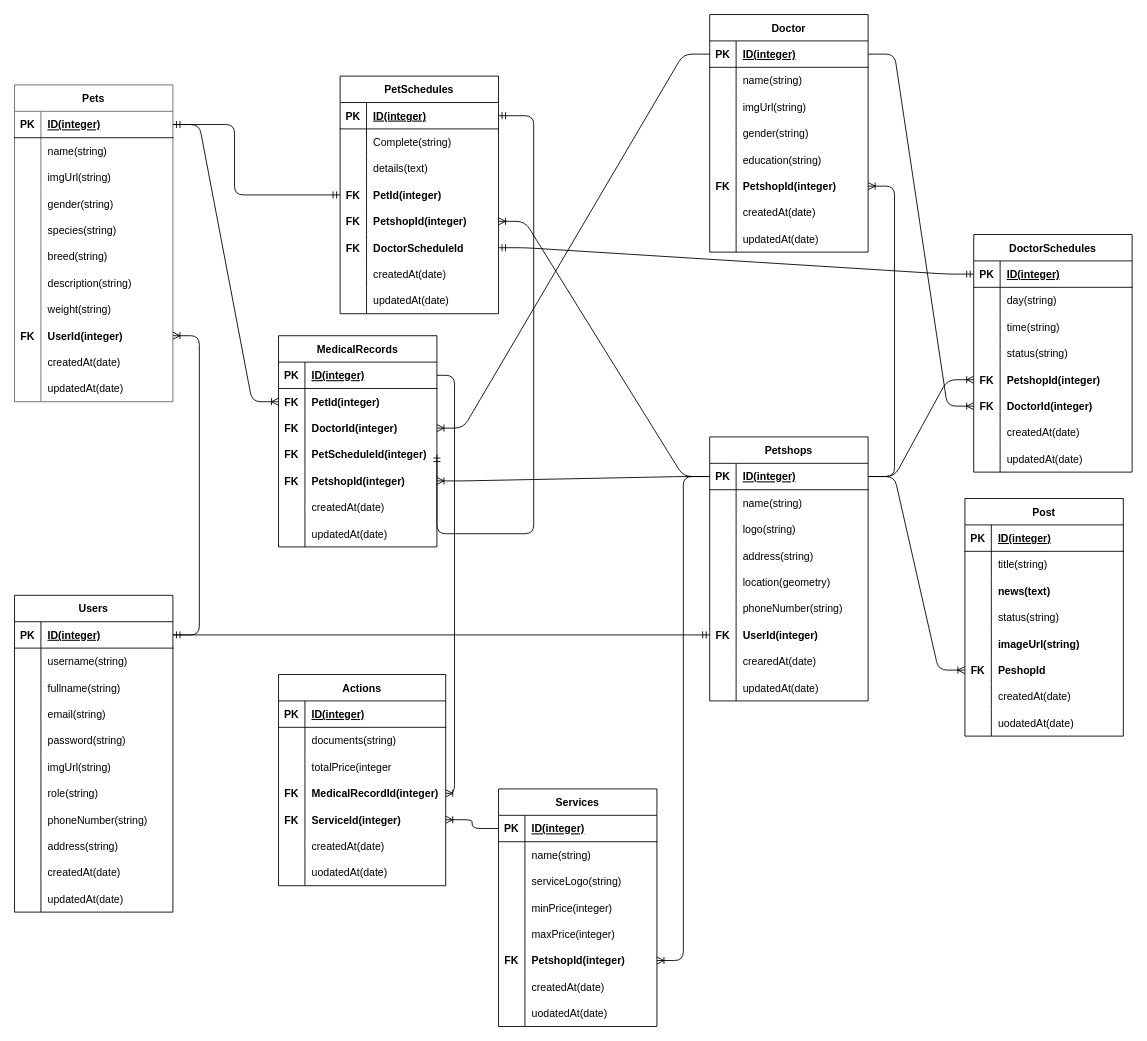
Earlier version of the draw.io diagram petPlus.drawio (Pet-Plus-Hackiv8/fsjs-t1-final-server). Source tidied: cells renumbered, new cells numbered last; positions are measured from the earlier drawing's top-left corner, leaving out a move shared by most shapes. Both pictures are drawn from the tidied source at 88%, with x=0, y=0 at pixel (14, 14).
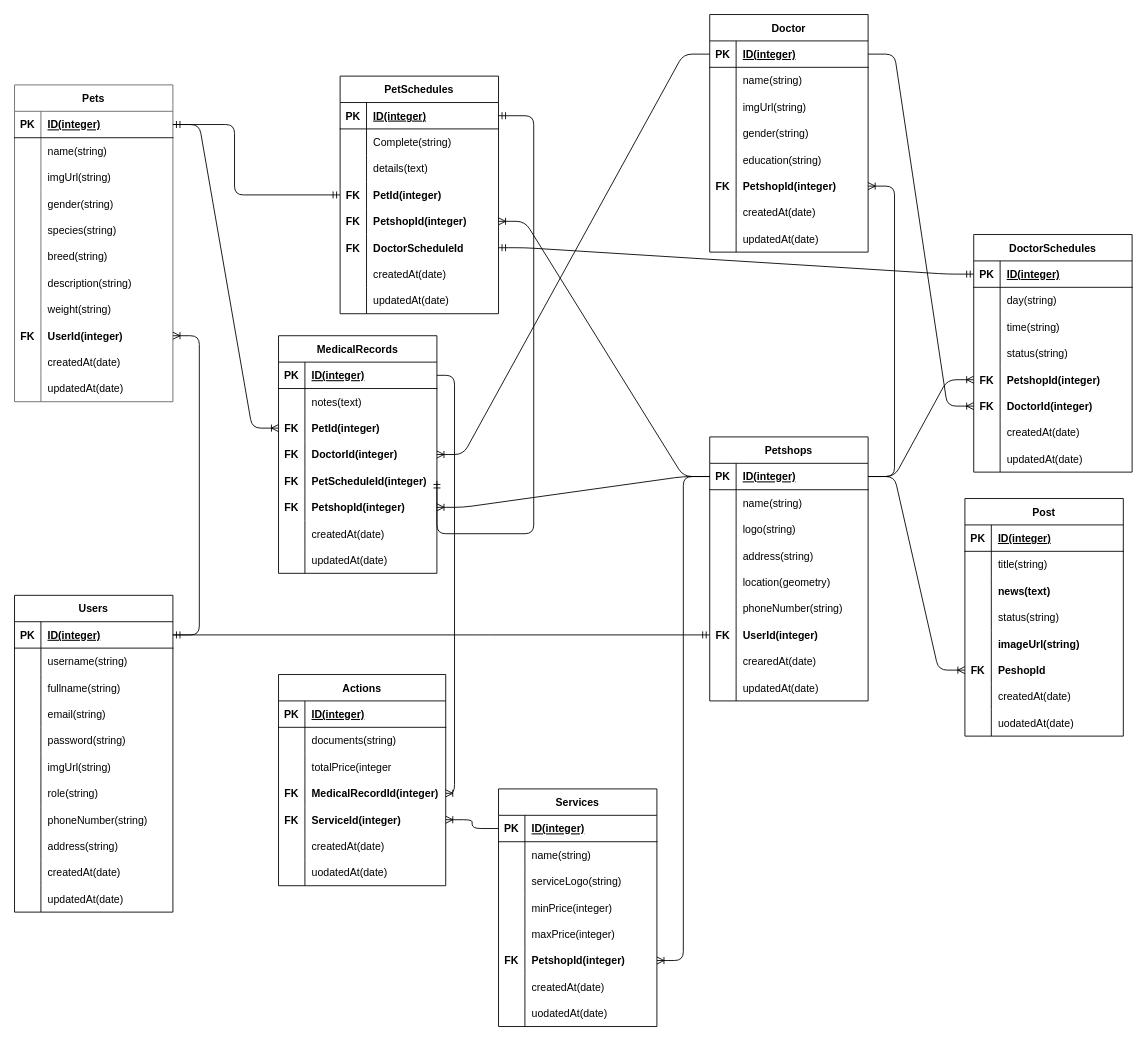
Above is the later version.

Commit message:
revisi erd

What changed in the source:
```diff
@@
     <mxCell id="148" value="MedicalRecords" style="shape=table;startSize=30;childLayout=tableLayout;rowLines=0;fontStyle=1;align=center;" parent="1" vertex="1">
-      <mxGeometry x="300" y="365" width="180" height="240" as="geometry" />
+      <mxGeometry x="300" y="365" width="180" height="270" as="geometry" />
     </mxCell>
@@
+    <mxCell id="283" style="shape=tableRow;horizontal=0;startSize=0;swimlaneHead=0;swimlaneBody=0;fillColor=none;top=0;left=0;right=0;bottom=0;" parent="148" vertex="1">
+      <mxGeometry y="60" width="180" height="30" as="geometry" />
+    </mxCell>
+    <mxCell id="284" style="shape=partialRectangle;fillColor=none;top=0;left=0;bottom=0;right=0;overflow=hidden;" parent="283" vertex="1">
+      <mxGeometry width="30" height="30" as="geometry" />
+    </mxCell>
+    <mxCell id="285" value="notes(text)" style="shape=partialRectangle;fillColor=none;top=0;left=0;bottom=0;right=0;align=left;spacingLeft=6;overflow=hidden;" parent="283" vertex="1">
+      <mxGeometry x="30" width="150" height="30" as="geometry" />
+    </mxCell>
     <mxCell id="152" style="shape=tableRow;horizontal=0;startSize=0;swimlaneHead=0;swimlaneBody=0;fillColor=none;points=[[0,0.5],[1,0.5]];portConstraint=eastwest;top=0;left=0;right=0;bottom=0;" parent="148" vertex="1">
-      <mxGeometry y="60" width="180" height="30" as="geometry" />
+      <mxGeometry y="90" width="180" height="30" as="geometry" />
     </mxCell>
@@
     <mxCell id="155" style="shape=tableRow;horizontal=0;startSize=0;swimlaneHead=0;swimlaneBody=0;fillColor=none;points=[[0,0.5],[1,0.5]];portConstraint=eastwest;top=0;left=0;right=0;bottom=0;" parent="148" vertex="1">
-      <mxGeometry y="90" width="180" height="30" as="geometry" />
+      <mxGeometry y="120" width="180" height="30" as="geometry" />
     </mxCell>
@@
     <mxCell id="158" style="shape=tableRow;horizontal=0;startSize=0;swimlaneHead=0;swimlaneBody=0;fillColor=none;points=[[0,0.5],[1,0.5]];portConstraint=eastwest;top=0;left=0;right=0;bottom=0;" parent="148" vertex="1">
-      <mxGeometry y="120" width="180" height="30" as="geometry" />
+      <mxGeometry y="150" width="180" height="30" as="geometry" />
     </mxCell>
@@
     <mxCell id="161" style="shape=tableRow;horizontal=0;startSize=0;swimlaneHead=0;swimlaneBody=0;fillColor=none;points=[[0,0.5],[1,0.5]];portConstraint=eastwest;top=0;left=0;right=0;bottom=0;" parent="148" vertex="1">
-      <mxGeometry y="150" width="180" height="30" as="geometry" />
+      <mxGeometry y="180" width="180" height="30" as="geometry" />
     </mxCell>
@@
     <mxCell id="164" style="shape=tableRow;horizontal=0;startSize=0;swimlaneHead=0;swimlaneBody=0;fillColor=none;top=0;left=0;right=0;bottom=0;" parent="148" vertex="1">
-      <mxGeometry y="180" width="180" height="30" as="geometry" />
+      <mxGeometry y="210" width="180" height="30" as="geometry" />
     </mxCell>
@@
     <mxCell id="167" style="shape=tableRow;horizontal=0;startSize=0;swimlaneHead=0;swimlaneBody=0;fillColor=none;top=0;left=0;right=0;bottom=0;" parent="148" vertex="1">
-      <mxGeometry y="210" width="180" height="30" as="geometry" />
+      <mxGeometry y="240" width="180" height="30" as="geometry" />
     </mxCell>
```
